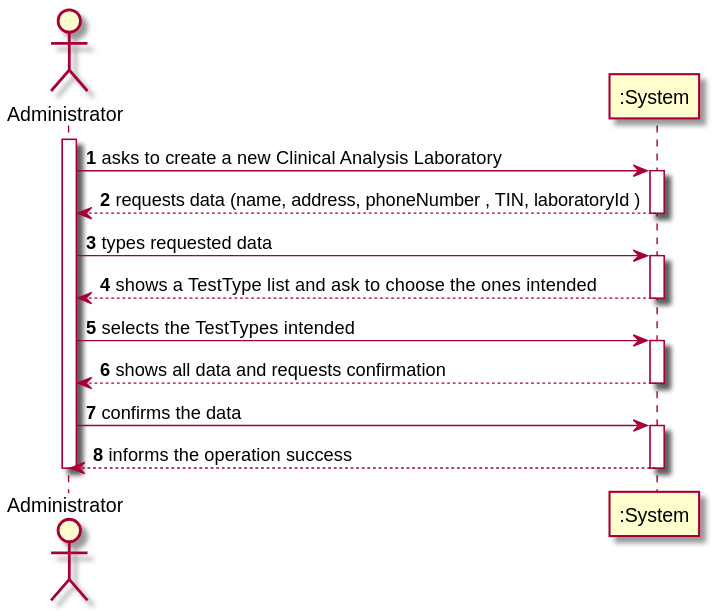
The PlantUML diagram docs/SprintB/US08/US08_SSD.svg in manu-07-ela/LAPR2_ISEP, before a commit.
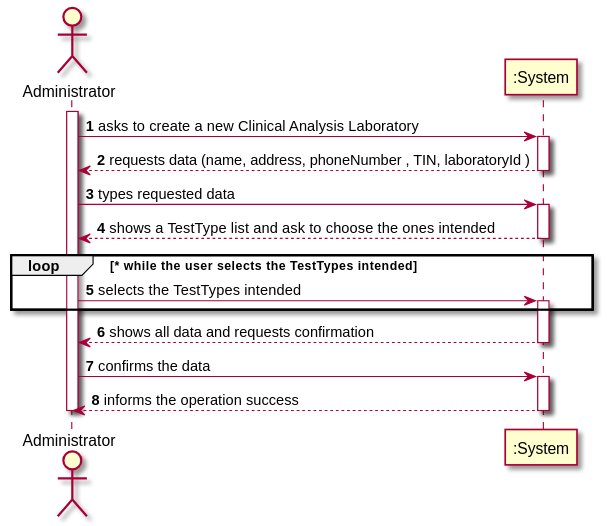
After the commit.

Change to the diagram source:
```diff
@@ -13,9 +13,10 @@
 activate ":System"
 ":System" --> Adm : shows a TestType list and ask to choose the ones intended
 deactivate ":System"
-
+loop * while the user selects the TestTypes intended
 Adm -> ":System" : selects the TestTypes intended
 activate ":System"
+end
 ":System" --> Adm : shows all data and requests confirmation
 deactivate ":System"
 
```
